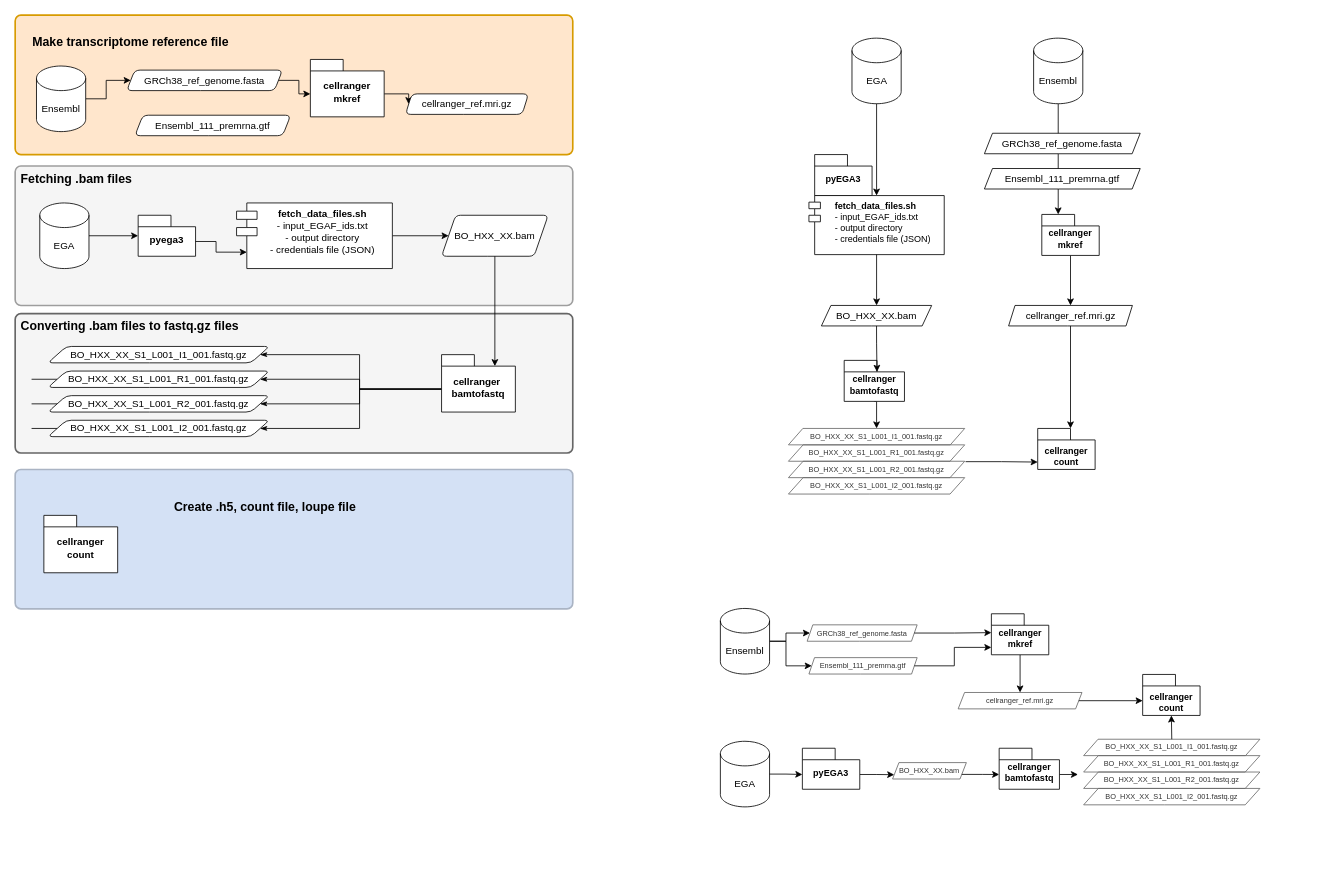
This is page "Page-1" (1 of 2) of Untitled Diagram.drawio from degommers/PKP2_cardio_snRNAseq, a draw.io file, before an edit. Source tidied: cells renumbered, new cells numbered last; positions are measured from the earlier drawing's top-left corner, leaving out a move shared by most shapes. Both pictures are drawn from the tidied source at 82%, with x=0, y=0 at pixel (15, 15). Pictures stored in the file or linked from it are replaced by grey dashed boxes.
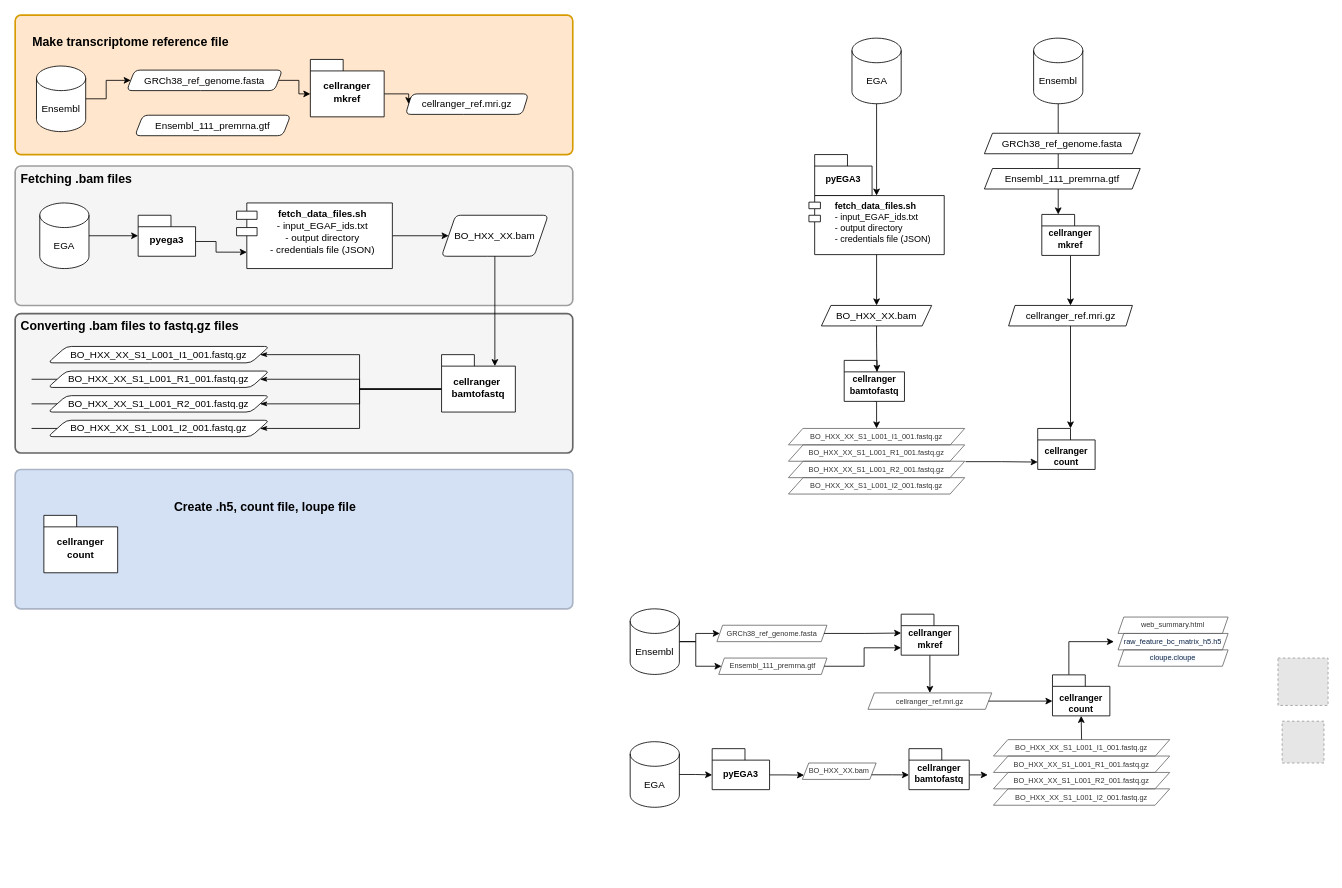
The same diagram, later.

The edit, as a diff of the source:
```diff
@@
     <mxCell id="67" value="Ensembl_111_premrna.gtf" style="shape=parallelogram;html=1;strokeWidth=1;perimeter=parallelogramPerimeter;whiteSpace=wrap;rounded=1;arcSize=0;size=0.05172413793103448;direction=east;rotation=0;strokeColor=#666666;align=center;verticalAlign=middle;fontFamily=Helvetica;fontSize=9;fontColor=#333333;fillColor=none;gradientColor=none;" parent="1" vertex="1">
-      <mxGeometry x="968" y="783.5" width="132" height="20" as="geometry" />
+      <mxGeometry x="858" y="784" width="132" height="20" as="geometry" />
     </mxCell>
@@
     <mxCell id="69" value="cellranger mkref" style="shape=folder;fontStyle=1;spacingTop=10;tabWidth=40;tabHeight=14;tabPosition=left;html=1;whiteSpace=wrap;fontSize=11;direction=east;rotation=0;" parent="1" vertex="1">
-      <mxGeometry x="1190.5" y="730" width="70" height="50" as="geometry" />
+      <mxGeometry x="1080.5" y="730.5" width="70" height="50" as="geometry" />
     </mxCell>
+    <mxCell id="93" style="edgeStyle=orthogonalEdgeStyle;rounded=0;jettySize=auto;html=1;exitX=0;exitY=0;exitDx=20;exitDy=0;exitPerimeter=0;" parent="1" edge="1" source="70">
+      <mxGeometry relative="1" as="geometry">
+        <mxPoint x="1340" y="764" as="targetPoint" />
+        <Array as="points">
+          <mxPoint x="1285" y="764" />
+        </Array>
+      </mxGeometry>
+    </mxCell>
     <mxCell id="70" value="cellranger count" style="shape=folder;fontStyle=1;spacingTop=10;tabWidth=40;tabHeight=14;tabPosition=left;html=1;whiteSpace=wrap;fontSize=11;verticalAlign=bottom;direction=east;rotation=0;" parent="1" vertex="1">
-      <mxGeometry x="1375" y="804" width="70" height="50" as="geometry" />
+      <mxGeometry x="1265" y="804.5" width="70" height="50" as="geometry" />
     </mxCell>
     <mxCell id="71" style="edgeStyle=orthogonalEdgeStyle;rounded=0;jettySize=auto;html=1;exitX=1;exitY=0.5;exitDx=0;exitDy=0;exitPerimeter=0;entryX=0;entryY=0.5;entryDx=0;entryDy=0;" parent="1" edge="1" source="73" target="77">
       <mxGeometry relative="1" as="geometry">
         <Array as="points">
-          <mxPoint x="940" y="764" />
-          <mxPoint x="940" y="754" />
+          <mxPoint x="830" y="764.5" />
+          <mxPoint x="830" y="754.5" />
         </Array>
       </mxGeometry>
     </mxCell>
     <mxCell id="72" style="edgeStyle=orthogonalEdgeStyle;rounded=0;jettySize=auto;html=1;exitX=1;exitY=0.5;exitDx=0;exitDy=0;exitPerimeter=0;entryX=0;entryY=0.5;entryDx=0;entryDy=0;" parent="1" edge="1" source="73" target="67">
       <mxGeometry relative="1" as="geometry">
         <Array as="points">
-          <mxPoint x="940" y="764" />
-          <mxPoint x="940" y="794" />
+          <mxPoint x="830" y="764.5" />
+          <mxPoint x="830" y="794.5" />
         </Array>
       </mxGeometry>
     </mxCell>
     <mxCell id="73" value="Ensembl" style="shape=cylinder3;whiteSpace=wrap;html=1;boundedLbl=1;backgroundOutline=1;size=15;direction=east;rotation=0;" parent="1" vertex="1">
-      <mxGeometry x="860" y="723.5" width="60" height="80" as="geometry" />
+      <mxGeometry x="750" y="724" width="60" height="80" as="geometry" />
     </mxCell>
     <mxCell id="74" value="EGA" style="shape=cylinder3;whiteSpace=wrap;html=1;boundedLbl=1;backgroundOutline=1;size=15;direction=east;rotation=0;" parent="1" vertex="1">
-      <mxGeometry x="860" y="885.5" width="60" height="80" as="geometry" />
+      <mxGeometry x="750" y="886" width="60" height="80" as="geometry" />
     </mxCell>
@@
     <mxCell id="76" value="cellranger bamtofastq" style="shape=folder;fontStyle=1;spacingTop=10;tabWidth=40;tabHeight=14;tabPosition=left;html=1;whiteSpace=wrap;fontSize=11;direction=east;rotation=0;" parent="1" vertex="1">
-      <mxGeometry x="1200" y="894" width="73.5" height="50" as="geometry" />
+      <mxGeometry x="1090" y="894.5" width="73.5" height="50" as="geometry" />
     </mxCell>
     <mxCell id="77" value="GRCh38_ref_genome.fasta" style="shape=parallelogram;html=1;strokeWidth=1;perimeter=parallelogramPerimeter;whiteSpace=wrap;rounded=1;arcSize=0;size=0.05172413793103448;direction=east;rotation=0;align=center;verticalAlign=middle;fontFamily=Helvetica;fontSize=9;fontColor=#333333;fillColor=none;gradientColor=none;strokeColor=#666666;" parent="1" vertex="1">
-      <mxGeometry x="965.8" y="743.5" width="134.2" height="20" as="geometry" />
+      <mxGeometry x="855.8" y="744" width="134.2" height="20" as="geometry" />
     </mxCell>
     <mxCell id="78" value="BO_HXX_XX.bam" style="shape=parallelogram;html=1;strokeWidth=1;perimeter=parallelogramPerimeter;whiteSpace=wrap;rounded=1;arcSize=0;size=0.08635721596643363;direction=east;rotation=0;strokeColor=#666666;align=center;verticalAlign=middle;fontFamily=Helvetica;fontSize=9;fontColor=#333333;fillColor=none;gradientColor=none;" parent="1" vertex="1">
-      <mxGeometry x="1070" y="911.5" width="90" height="20" as="geometry" />
+      <mxGeometry x="960" y="912" width="90" height="20" as="geometry" />
     </mxCell>
     <mxCell id="79" value="cellranger_ref.mri.gz" style="shape=parallelogram;html=1;strokeWidth=1;perimeter=parallelogramPerimeter;whiteSpace=wrap;rounded=1;arcSize=0;size=0.05172413793103448;direction=east;rotation=0;strokeColor=#666666;align=center;verticalAlign=middle;fontFamily=Helvetica;fontSize=9;fontColor=#333333;fillColor=none;gradientColor=none;" parent="1" vertex="1">
-      <mxGeometry x="1150" y="826" width="151" height="20" as="geometry" />
+      <mxGeometry x="1040" y="826.5" width="151" height="20" as="geometry" />
     </mxCell>
     <mxCell id="80" style="group;rotation=90;" parent="1" vertex="1">
-      <mxGeometry x="1370" y="815" width="80" height="215" as="geometry" />
+      <mxGeometry x="1260" y="815.5" width="80" height="215" as="geometry" />
     </mxCell>
@@
     <mxCell id="89" value="pyEGA3" style="shape=folder;fontStyle=1;spacingTop=10;tabWidth=40;tabHeight=14;tabPosition=left;html=1;whiteSpace=wrap;fontSize=11;direction=east;rotation=0;" parent="1" vertex="1">
-      <mxGeometry x="960" y="894" width="70" height="50" as="geometry" />
+      <mxGeometry x="850" y="894.5" width="70" height="50" as="geometry" />
     </mxCell>
@@
+    <mxCell id="94" value="web_summary.html" style="shape=parallelogram;html=1;strokeWidth=1;perimeter=parallelogramPerimeter;whiteSpace=wrap;rounded=1;arcSize=0;size=0.05172413793103448;direction=east;rotation=0;align=center;verticalAlign=middle;fontFamily=Helvetica;fontSize=9;fontColor=#333333;fillColor=none;gradientColor=none;strokeColor=#666666;" parent="1" vertex="1">
+      <mxGeometry x="1345" y="734" width="134.2" height="20" as="geometry" />
+    </mxCell>
+    <mxCell id="95" value="&lt;span style=&quot;color: rgb(10, 35, 71); text-align: start; white-space: pre;&quot;&gt;&lt;font style=&quot;font-size: 9px;&quot; face=&quot;Helvetica&quot;&gt;raw_feature_bc_matrix_h5.h5&lt;/font&gt;&lt;/span&gt;" style="shape=parallelogram;html=1;strokeWidth=1;perimeter=parallelogramPerimeter;whiteSpace=wrap;rounded=1;arcSize=0;size=0.05172413793103448;direction=east;rotation=0;align=center;verticalAlign=middle;fontFamily=Helvetica;fontSize=9;fontColor=#333333;fillColor=none;gradientColor=none;strokeColor=#666666;" parent="1" vertex="1">
+      <mxGeometry x="1345" y="754" width="134.2" height="20" as="geometry" />
+    </mxCell>
+    <mxCell id="96" value="&lt;span style=&quot;color: rgb(10, 35, 71); text-align: start; white-space: pre; background-color: rgb(247, 249, 252);&quot;&gt;&lt;font style=&quot;font-size: 9px;&quot; face=&quot;Helvetica&quot;&gt;cloupe.cloupe&lt;/font&gt;&lt;/span&gt;" style="shape=parallelogram;html=1;strokeWidth=1;perimeter=parallelogramPerimeter;whiteSpace=wrap;rounded=1;arcSize=0;size=0.05172413793103448;direction=east;rotation=0;align=center;verticalAlign=middle;fontFamily=Helvetica;fontSize=9;fontColor=#333333;fillColor=none;gradientColor=none;strokeColor=#666666;" parent="1" vertex="1">
+      <mxGeometry x="1345" y="774" width="134.2" height="20" as="geometry" />
+    </mxCell>
+    <mxCell id="97" style="fillColor=#E6E6E6;strokeColor=#999999;dashed=1;verticalLabelPosition=bottom;labelBackgroundColor=default;verticalAlign=top;" parent="1" vertex="1">
+      <mxGeometry x="1545.1" y="861" width="51" height="51" as="geometry" />
+    </mxCell>
+    <mxCell id="98" style="fillColor=#E6E6E6;strokeColor=#999999;dashed=1;verticalLabelPosition=bottom;labelBackgroundColor=default;verticalAlign=top;" parent="1" vertex="1">
+      <mxGeometry x="1540" y="784" width="61.1" height="57.8" as="geometry" />
+    </mxCell>
```
